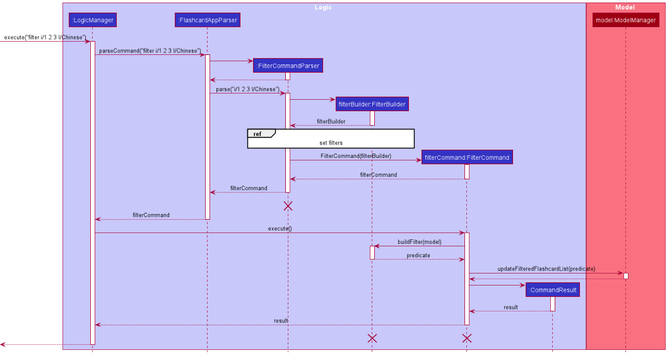
The PlantUML diagram docs/images/filterCommand/FilterSequenceDiagram.png in sharmainec/tp, before a commit.
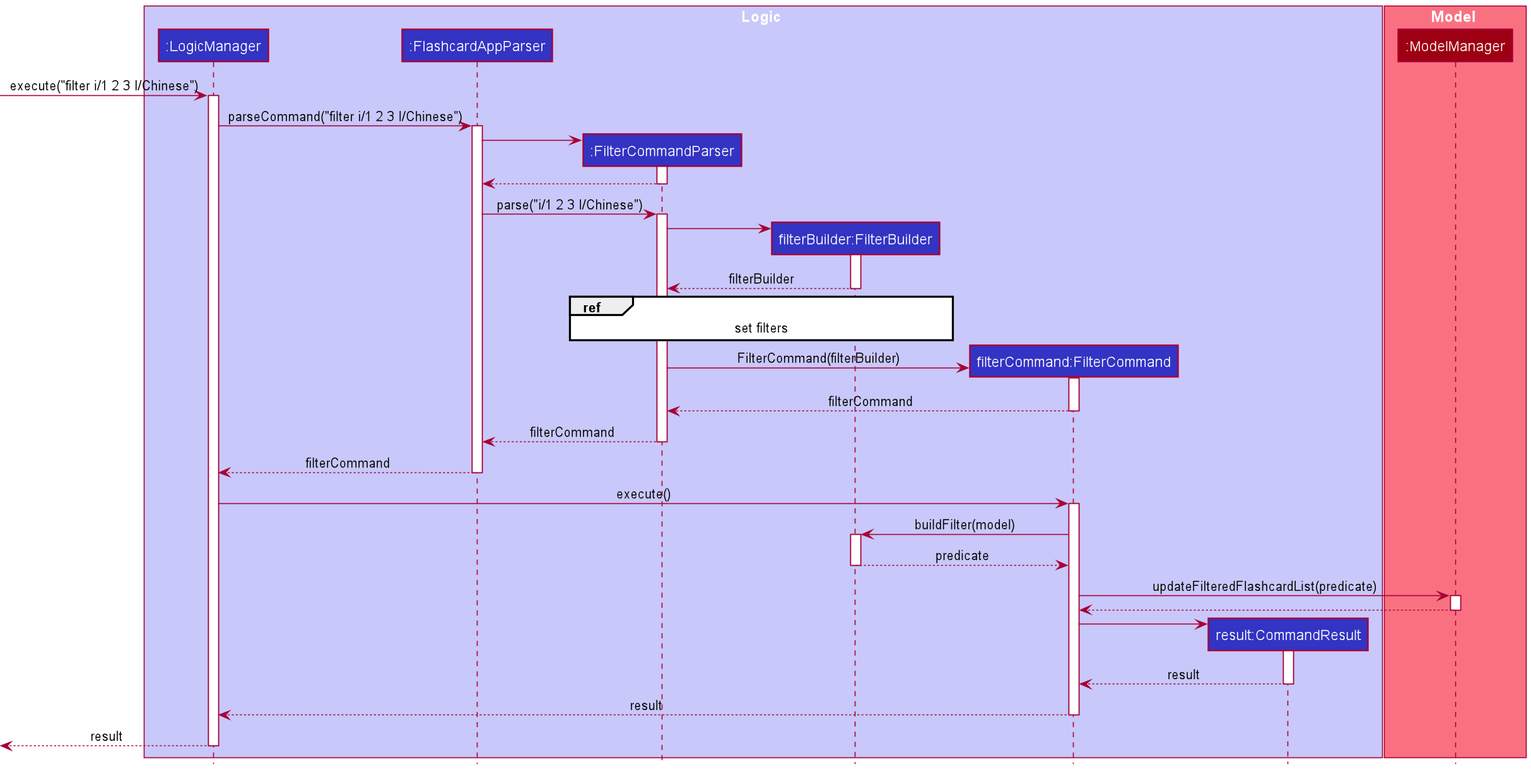
The same file after the commit.

What changed in the source:
```diff
@@ -7,11 +7,11 @@
 participant ":FilterCommandParser" as FilterCommandParser LOGIC_COLOR
 participant "filterBuilder:FilterBuilder" as FilterBuilder LOGIC_COLOR
 participant "filterCommand:FilterCommand" as FilterCommand LOGIC_COLOR
-participant ":CommandResult" as CommandResult LOGIC_COLOR
+participant "result:CommandResult" as CommandResult LOGIC_COLOR
 end box
 
 box Model MODEL_COLOR_T1
-participant "model:ModelManager" as Model MODEL_COLOR
+participant ":ModelManager" as Model MODEL_COLOR
 end box
 [-> LogicManager : execute("filter i/1 2 3 l/Chinese")
 activate LogicManager
@@ -49,12 +49,6 @@
 FilterCommandParser --> FlashcardAppParser: filterCommand
 deactivate FilterCommandParser
 
-
-FilterCommandParser -[hidden]-> FlashcardAppParser: filterCommand
-destroy FilterCommandParser
-
-
-
 FlashcardAppParser --> LogicManager : filterCommand
 deactivate FlashcardAppParser
 
@@ -84,11 +78,6 @@
 FilterCommand --> LogicManager : result
 deactivate FilterCommand
 
-FilterCommand -[hidden]-> LogicManager : result
-destroy FilterCommand
-
-destroy FilterBuilder
-
-[<--LogicManager
+[<--LogicManager : result
 deactivate LogicManager
 @enduml
```
